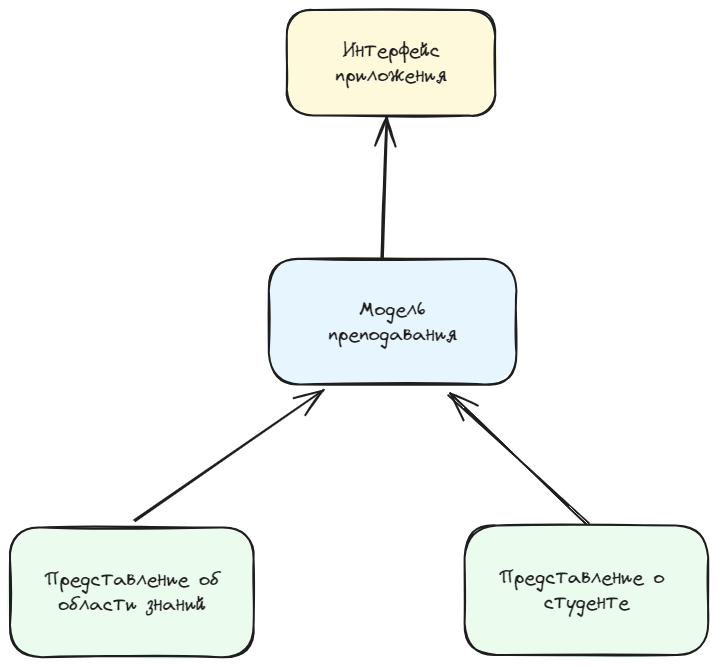
The Excalidraw diagram diplom/assets/pedagogic/social/its.excalidraw.png in NMashalov/EducationGenerativeModelApplication, before a commit. Source tidied: one line per element, renumbered; positions are measured from the earlier drawing's top-left corner, leaving out a move shared by most shapes.
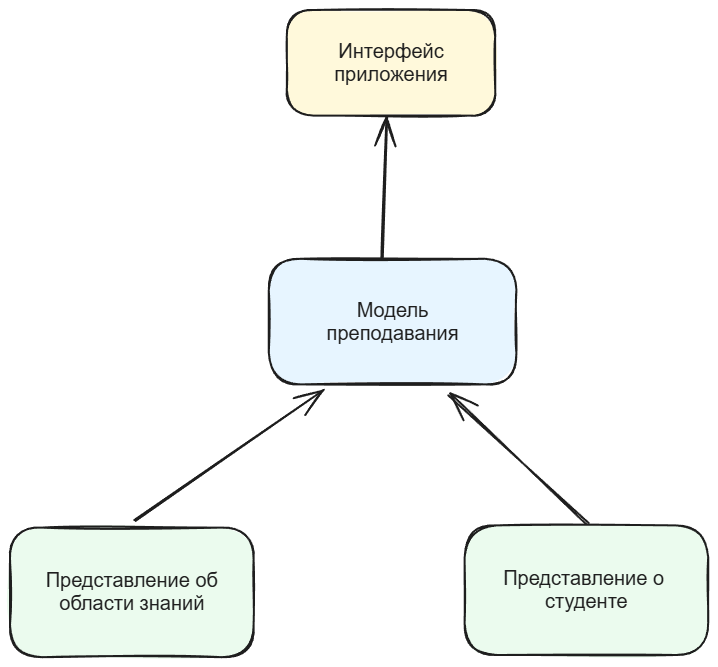
After the change.

Change to the diagram source:
```diff
@@ -1,11 +1,11 @@
 {"id": 0, "type": "rectangle", "strokeColor": "#1e1e1e", "backgroundColor": "#fff9db", "fillStyle": "solid", "strokeWidth": 2, "roughness": 1, "round": true, "x": 277, "y": 0, "width": 208, "height": 106}
-{"id": 1, "type": "text", "text": "Интерфейс\nприложения", "strokeColor": "#1e1e1e", "strokeWidth": 2, "roughness": 1, "fontSize": 20, "fontFamily": 1, "textAlign": "center", "verticalAlign": "middle", "inside": 0, "x": 325, "y": 28, "width": 111, "height": 50}
+{"id": 1, "type": "text", "text": "Интерфейс\nприложения", "strokeColor": "#1e1e1e", "strokeWidth": 2, "roughness": 1, "fontSize": 20, "fontFamily": 2, "textAlign": "center", "verticalAlign": "middle", "inside": 0, "x": 324, "y": 30, "width": 113, "height": 46}
 {"id": 2, "type": "arrow", "strokeColor": "#1e1e1e", "strokeWidth": 2, "roughness": 1, "endArrowhead": "arrow", "round": true, "to": 0, "x": 372, "y": 252, "width": 4, "height": 145, "points": [[0, 0], [4, -145]]}
 {"id": 3, "type": "rectangle", "strokeColor": "#1e1e1e", "backgroundColor": "#e7f5ff", "fillStyle": "solid", "strokeWidth": 2, "roughness": 1, "round": true, "x": 259, "y": 249, "width": 248, "height": 126}
-{"id": 4, "type": "text", "text": "Модель\nпреподавания", "strokeColor": "#1e1e1e", "strokeWidth": 2, "roughness": 1, "fontSize": 20, "fontFamily": 1, "textAlign": "center", "verticalAlign": "middle", "inside": 3, "x": 318, "y": 287, "width": 129, "height": 50}
+{"id": 4, "type": "text", "text": "Модель\nпреподавания", "strokeColor": "#1e1e1e", "strokeWidth": 2, "roughness": 1, "fontSize": 20, "fontFamily": 2, "textAlign": "center", "verticalAlign": "middle", "inside": 3, "x": 317, "y": 289, "width": 132, "height": 46}
 {"id": 5, "type": "arrow", "strokeColor": "#1e1e1e", "strokeWidth": 2, "roughness": 1, "endArrowhead": "arrow", "round": true, "from": 7, "to": 3, "x": 125, "y": 511, "width": 189, "height": 130, "points": [[0, 0], [189, -130]]}
 {"id": 6, "type": "arrow", "strokeColor": "#1e1e1e", "strokeWidth": 2, "roughness": 1, "endArrowhead": "arrow", "round": true, "from": 9, "to": 3, "x": 579, "y": 514, "width": 139, "height": 129, "points": [[0, 0], [-139, -129]]}
 {"id": 7, "type": "rectangle", "strokeColor": "#1e1e1e", "backgroundColor": "#ebfbee", "fillStyle": "solid", "strokeWidth": 2, "roughness": 1, "round": true, "x": 0, "y": 518, "width": 244, "height": 130}
-{"id": 8, "type": "text", "text": "Представление об\nобласти знаний", "strokeColor": "#1e1e1e", "strokeWidth": 2, "roughness": 1, "fontSize": 20, "fontFamily": 1, "textAlign": "center", "verticalAlign": "middle", "inside": 7, "x": 34, "y": 557, "width": 176, "height": 50}
+{"id": 8, "type": "text", "text": "Представление об\nобласти знаний", "strokeColor": "#1e1e1e", "strokeWidth": 2, "roughness": 1, "fontSize": 20, "fontFamily": 2, "textAlign": "center", "verticalAlign": "middle", "inside": 7, "x": 36, "y": 559, "width": 172, "height": 46}
 {"id": 9, "type": "rectangle", "strokeColor": "#1e1e1e", "backgroundColor": "#ebfbee", "fillStyle": "solid", "strokeWidth": 2, "roughness": 1, "round": true, "x": 455, "y": 515, "width": 244, "height": 130}
-{"id": 10, "type": "text", "text": "Представление о \nстуденте", "strokeColor": "#1e1e1e", "strokeWidth": 2, "roughness": 1, "fontSize": 20, "fontFamily": 1, "textAlign": "center", "verticalAlign": "middle", "inside": 9, "x": 488, "y": 555, "width": 176, "height": 50}
+{"id": 10, "type": "text", "text": "Представление о \nстуденте", "strokeColor": "#1e1e1e", "strokeWidth": 2, "roughness": 1, "fontSize": 20, "fontFamily": 2, "textAlign": "center", "verticalAlign": "middle", "inside": 9, "x": 493, "y": 557, "width": 166, "height": 46}
```
